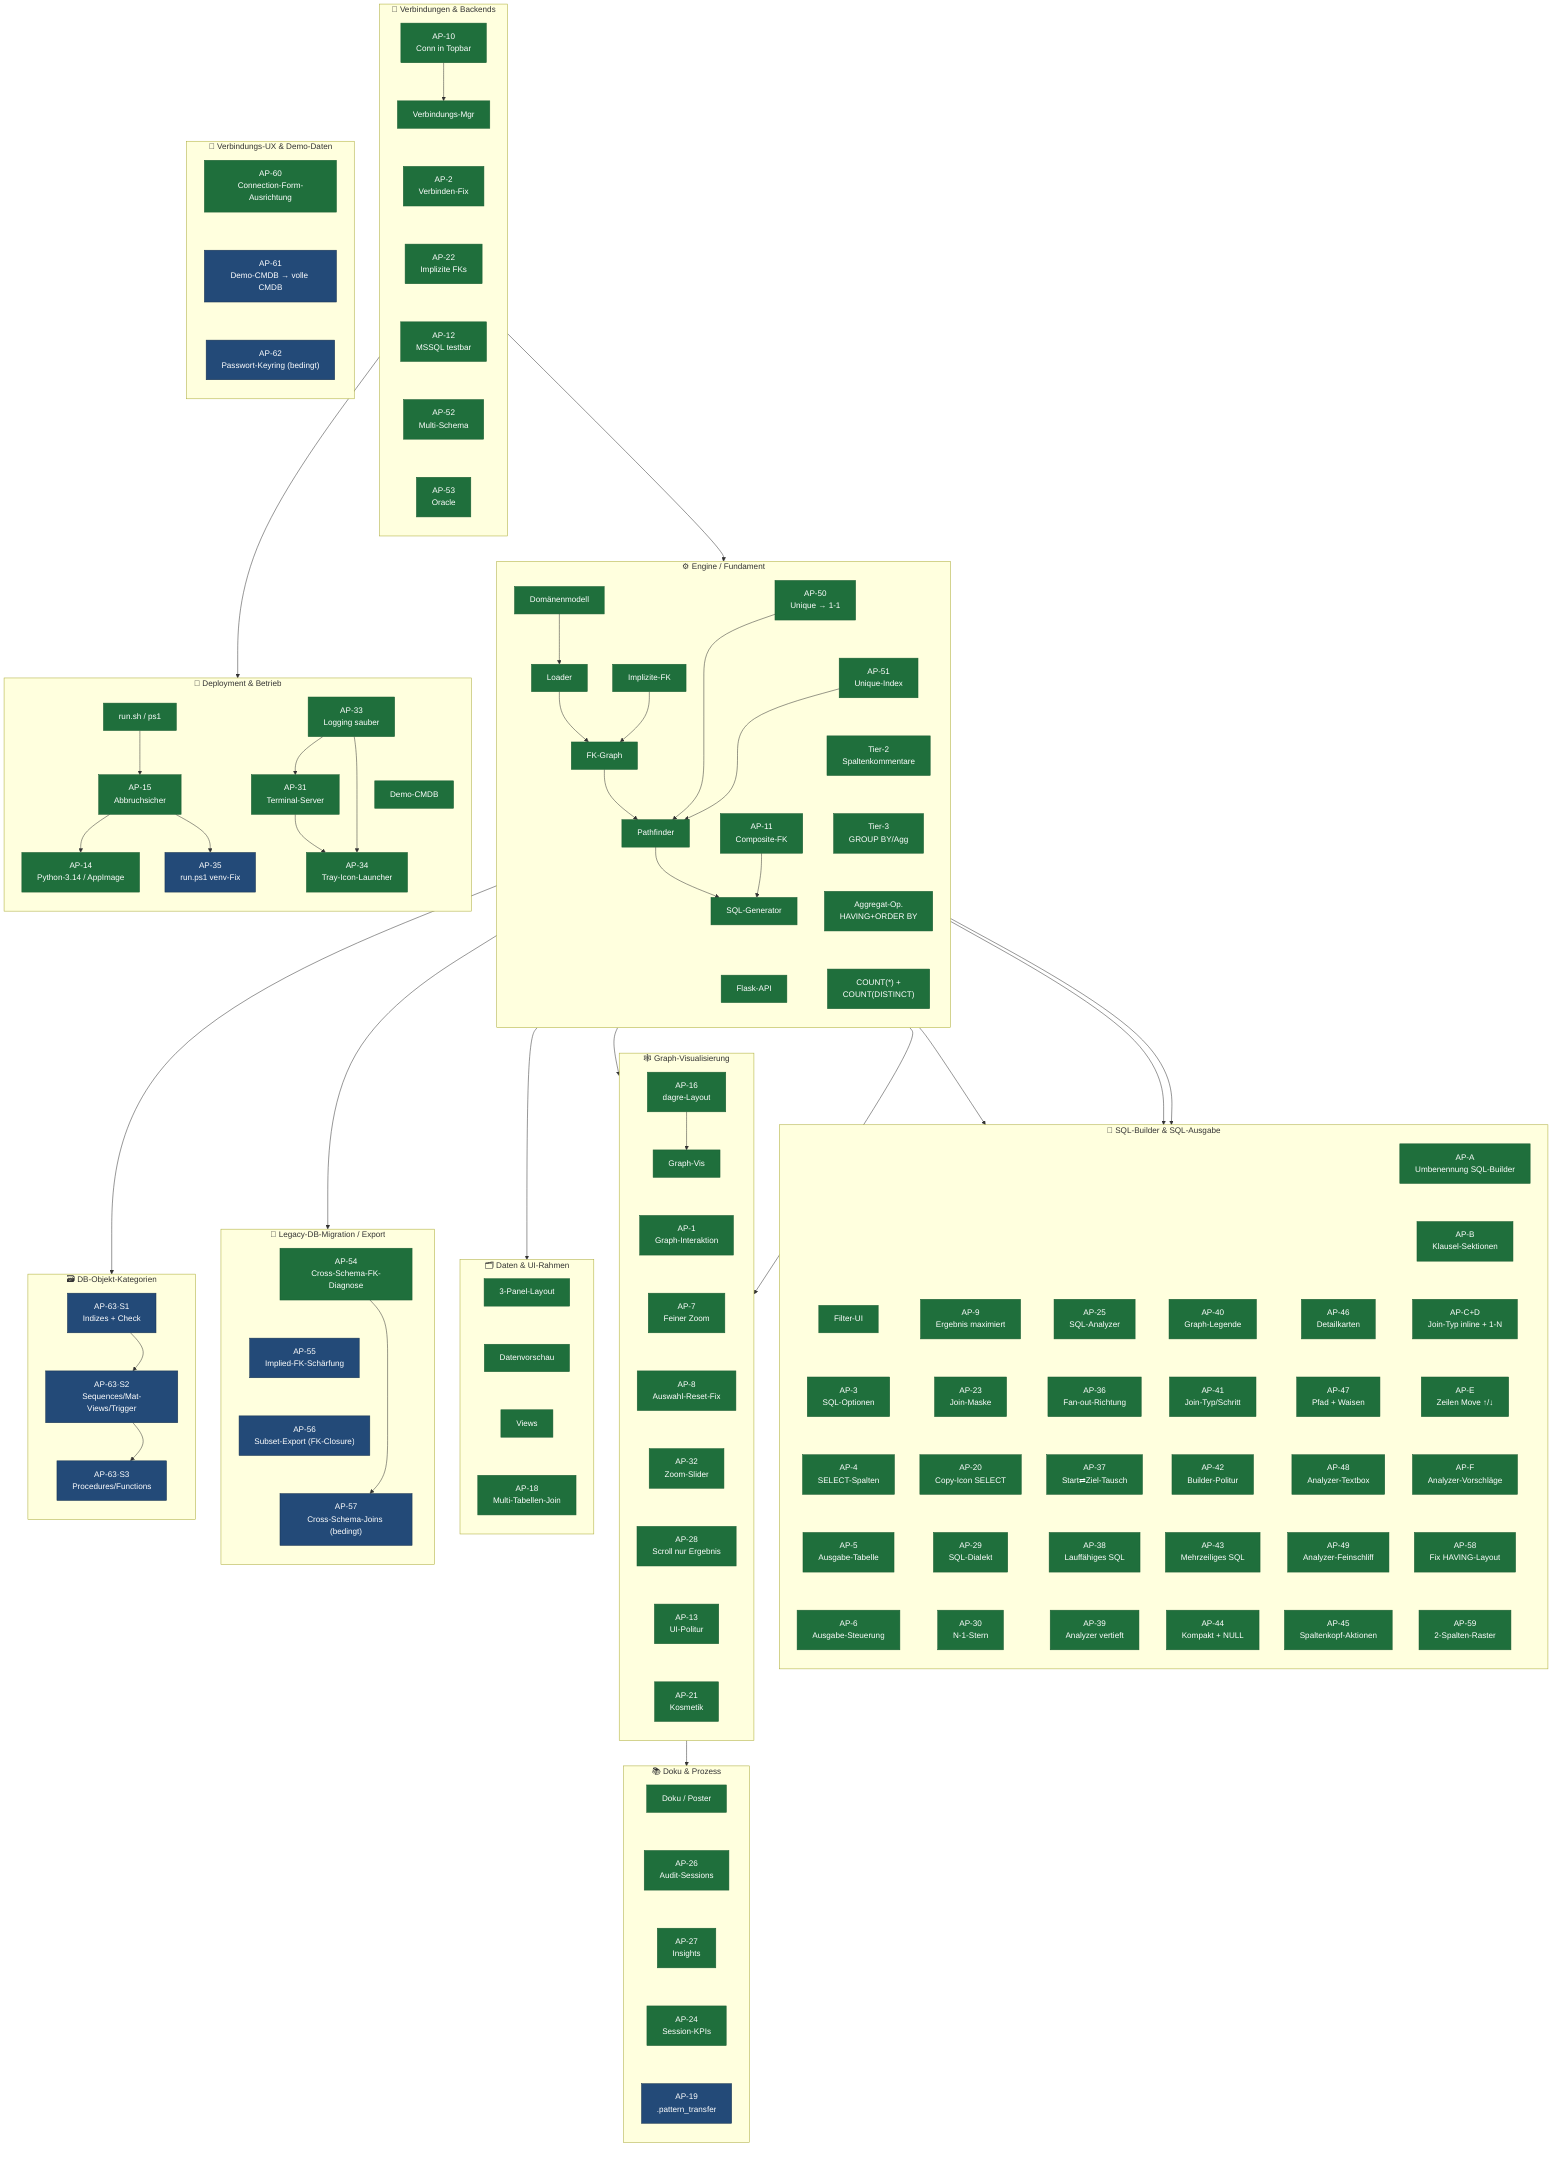
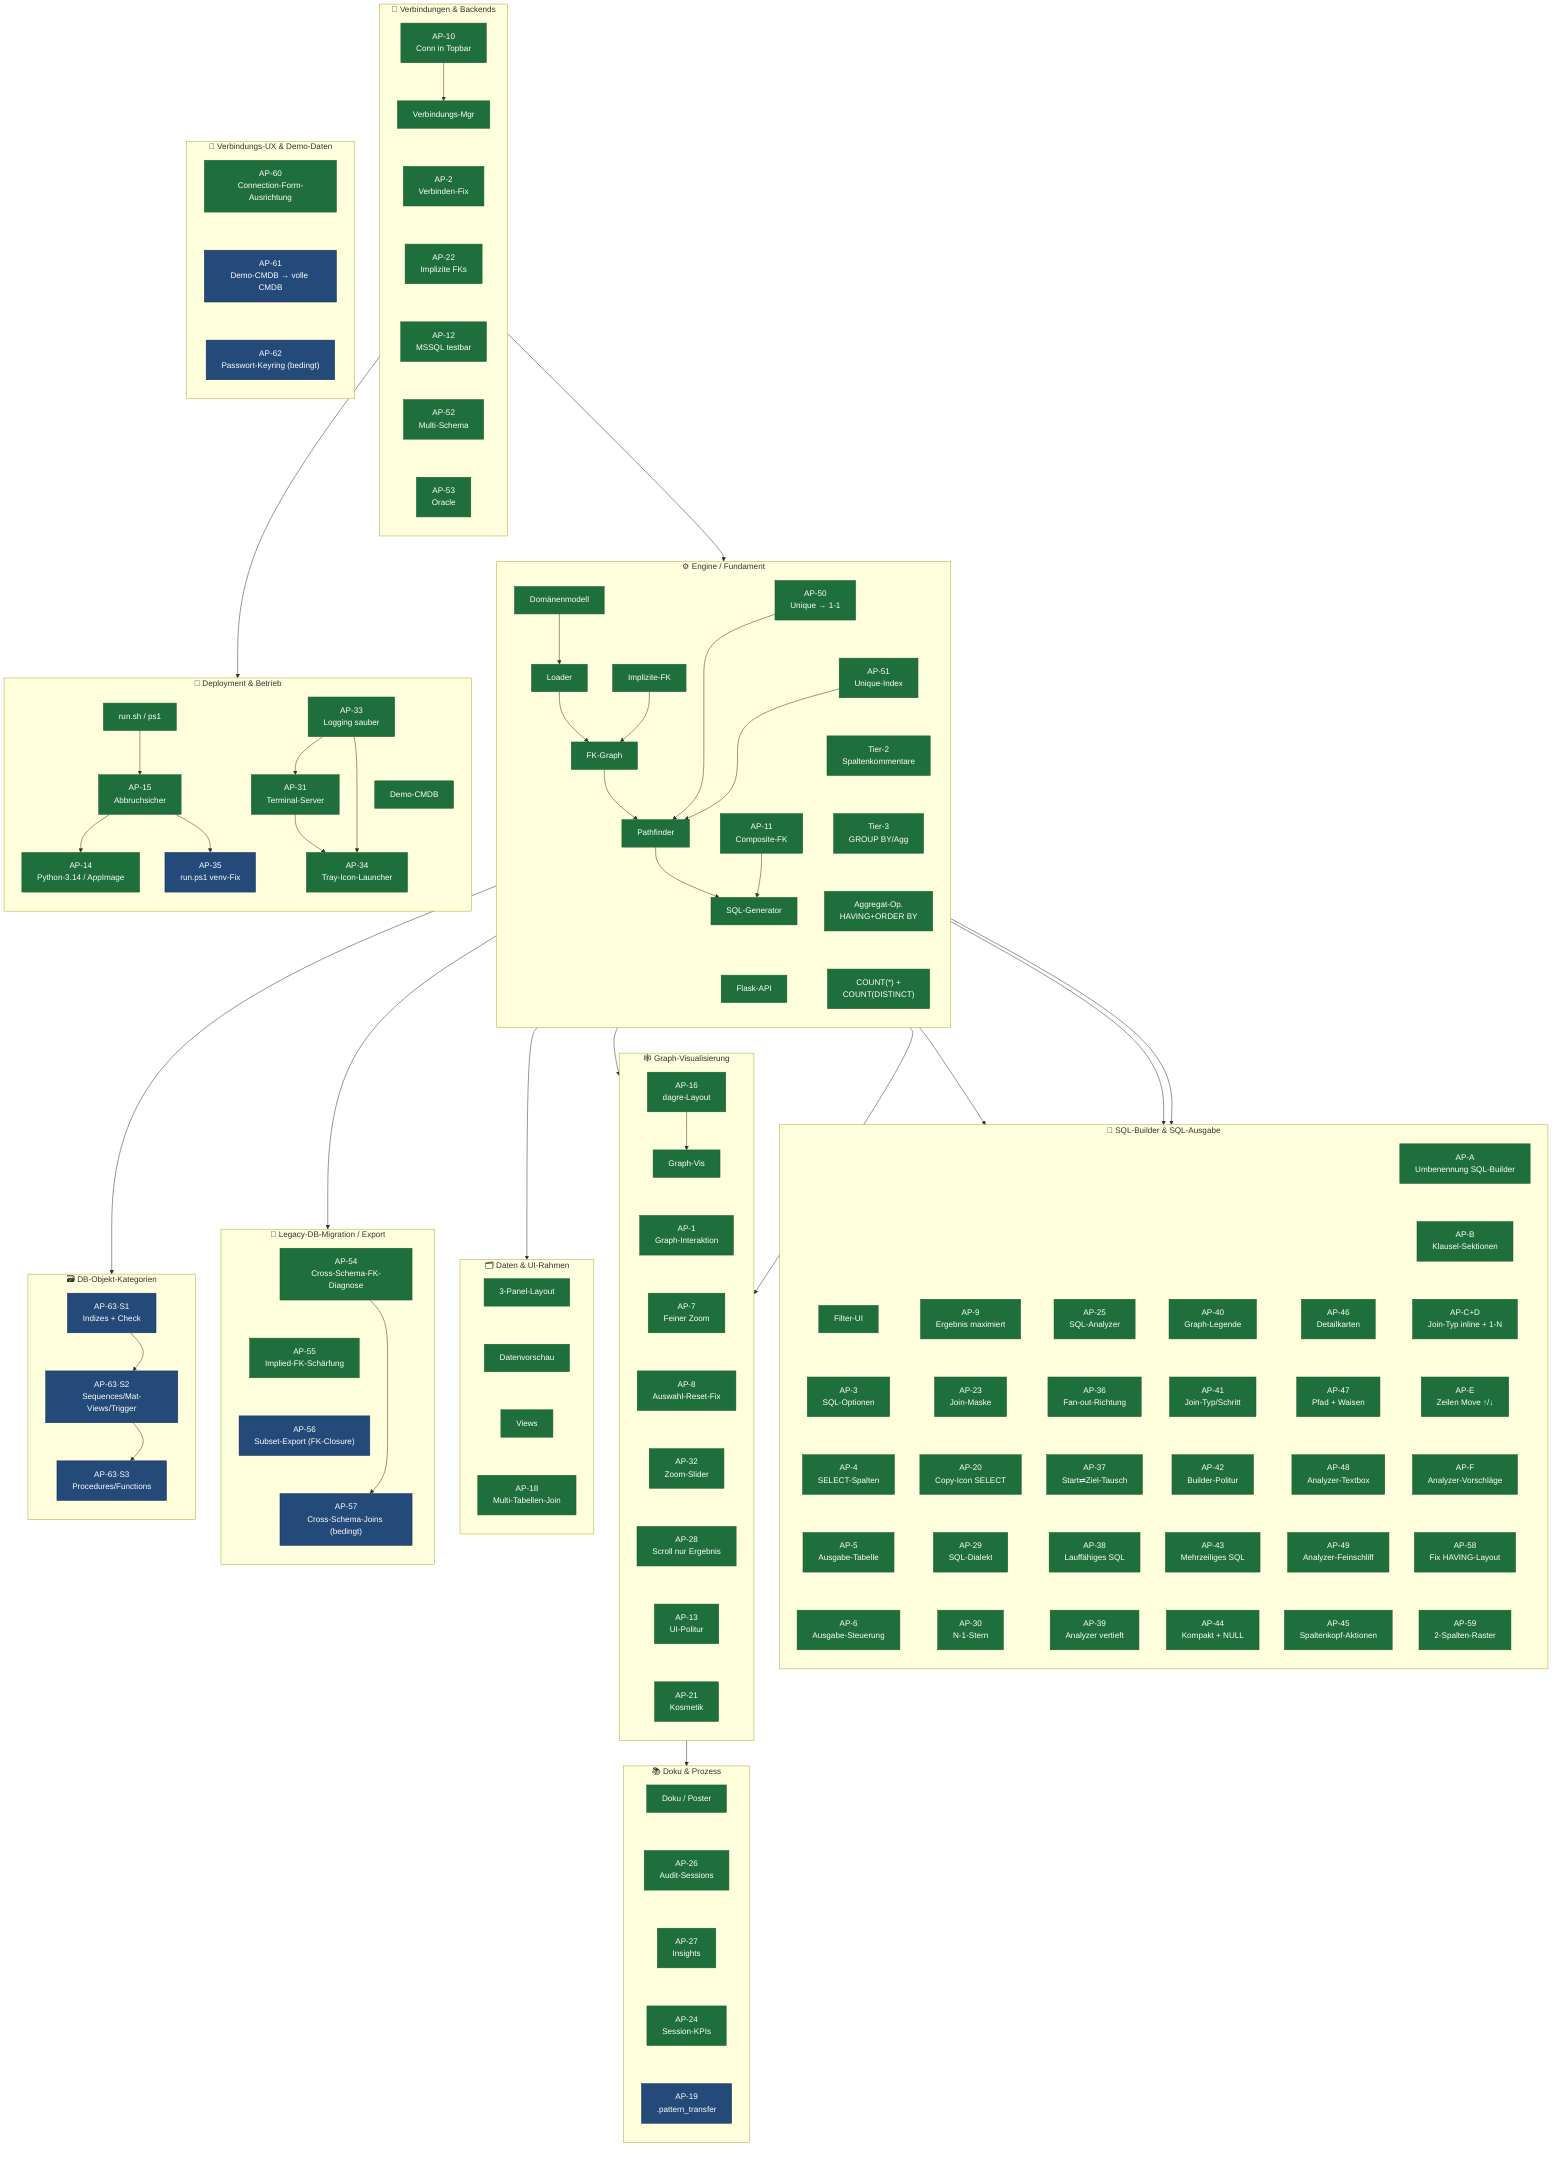
flowchart TB
    classDef done fill:#1f6f3c,color:#fff,stroke:#1a5c32,stroke-width:1px
    classDef plan fill:#234a78,color:#fff,stroke:#16314f,stroke-width:1px

    %% ── C1 · Engine / Fundament ──────────────────────────────────────────
    subgraph C1["⚙️  Engine / Fundament"]
        direction TB
        E1["Domänenmodell"]
        E2["Loader"]
        E3["FK-Graph"]
        E4["Pathfinder"]
        E5["SQL-Generator"]
        E6["Flask-API"]
        E7["AP-11\nComposite-FK"]
        E8["Implizite-FK"]
        E9["AP-50\nUnique → 1-1"]
        E10["AP-51\nUnique-Index"]
        E11["Tier-2\nSpaltenkommentare"]
        E12["Tier-3\nGROUP BY/Agg"]
        E13["Aggregat-Op.\nHAVING+ORDER BY"]
        E14["COUNT(*) +\nCOUNT(DISTINCT)"]
        E1 --> E2 --> E3 --> E4 --> E5
        E7 --> E5
        E8 --> E3
        E9 --> E4
        E10 --> E4
        E5 ~~~ E6
        E9 ~~~ E10
        E10 ~~~ E11
        E11 ~~~ E12
        E12 ~~~ E13
        E13 ~~~ E14
    end

    %% ── C2 · Verbindungen & Backends ─────────────────────────────────────
    subgraph C2["🔌  Verbindungen & Backends"]
        direction TB
        V1["Verbindungs-Mgr"]
        V2["AP-2\nVerbinden-Fix"]
        V3["AP-10\nConn in Topbar"]
        V4["AP-12\nMSSQL testbar"]
        V5["AP-22\nImplizite FKs"]
        V6["AP-52\nMulti-Schema"]
        V7["AP-53\nOracle"]
        V3 --> V1
        V1 ~~~ V2 ~~~ V5 ~~~ V4 ~~~ V6 ~~~ V7
    end

    %% ── C3 · SQL-Builder & SQL-Ausgabe ──────────────────────────────────
    subgraph C3["🧩  SQL-Builder & SQL-Ausgabe"]
        direction TB
        J1["Filter-UI"]
        J2["AP-3\nSQL-Optionen"]
        J3["AP-4\nSELECT-Spalten"]
        J4["AP-5\nAusgabe-Tabelle"]
        J5["AP-6\nAusgabe-Steuerung"]
        J6["AP-9\nErgebnis maximiert"]
        J7["AP-23\nJoin-Maske"]
        J8["AP-20\nCopy-Icon SELECT"]
        J9["AP-29\nSQL-Dialekt"]
        J10["AP-30\nN-1-Stern"]
        J11["AP-25\nSQL-Analyzer"]
        J12["AP-36\nFan-out-Richtung"]
        J13["AP-37\nStart⇄Ziel-Tausch"]
        J14["AP-38\nLauffähiges SQL"]
        J15["AP-39\nAnalyzer vertieft"]
        J16["AP-40\nGraph-Legende"]
        J17["AP-41\nJoin-Typ/Schritt"]
        J18["AP-42\nBuilder-Politur"]
        J19["AP-43\nMehrzeiliges SQL"]
        J20["AP-44\nKompakt + NULL"]
        J21["AP-46\nDetailkarten"]
        J22["AP-47\nPfad + Waisen"]
        J23["AP-48\nAnalyzer-Textbox"]
        J24["AP-49\nAnalyzer-Feinschliff"]
        J25["AP-45\nSpaltenkopf-Aktionen"]
        J26["AP-A\nUmbenennung SQL-Builder"]
        J27["AP-B\nKlausel-Sektionen"]
        J28["AP-C+D\nJoin-Typ inline + 1-N"]
        J29["AP-E\nZeilen Move ↑/↓"]
        J30["AP-F\nAnalyzer-Vorschläge"]
        J31["AP-58\nFix HAVING-Layout"]
        J32["AP-59\n2-Spalten-Raster"]
        %% In 5 parallele Spalten gepackt (statt einer 25-Boxen-Säule) → kompaktes Gitter
        J1 ~~~ J2 ~~~ J3 ~~~ J4 ~~~ J5
        J6 ~~~ J7 ~~~ J8 ~~~ J9 ~~~ J10
        J11 ~~~ J12 ~~~ J13 ~~~ J14 ~~~ J15
        J16 ~~~ J17 ~~~ J18 ~~~ J19 ~~~ J20
        J21 ~~~ J22 ~~~ J23 ~~~ J24 ~~~ J25
        J26 ~~~ J27 ~~~ J28 ~~~ J29 ~~~ J30 ~~~ J31 ~~~ J32
    end

    %% ── C4 · Graph-Visualisierung ────────────────────────────────────────
    subgraph C4["🕸️  Graph-Visualisierung"]
        direction TB
        G1["Graph-Vis"]
        G2["AP-1\nGraph-Interaktion"]
        G3["AP-7\nFeiner Zoom"]
        G4["AP-8\nAuswahl-Reset-Fix"]
        G5["AP-16\ndagre-Layout"]
        G6["AP-32\nZoom-Slider"]
        G7["AP-28\nScroll nur Ergebnis"]
        G8["AP-13\nUI-Politur"]
        G9["AP-21\nKosmetik"]
        G5 --> G1
        G1 ~~~ G2 ~~~ G3 ~~~ G4 ~~~ G6 ~~~ G7 ~~~ G8 ~~~ G9
    end

    %% ── C5 · Daten & UI-Rahmen ───────────────────────────────────────────
    subgraph C5["🗂️  Daten & UI-Rahmen"]
        direction TB
        D1["3-Panel-Layout"]
        D2["Datenvorschau"]
        D3["Views"]
        D4["AP-18\nMulti-Tabellen-Join"]
        D1 ~~~ D2 ~~~ D3 ~~~ D4
    end

    %% ── C6 · Deployment & Betrieb ────────────────────────────────────────
    subgraph C6["🚀  Deployment & Betrieb"]
        direction TB
        B1["Demo-CMDB"]
        B2["run.sh / ps1"]
        B3["AP-15\nAbbruchsicher"]
        B4["AP-14\nPython-3.14 / AppImage"]
        B5["AP-35\nrun.ps1 venv-Fix"]
        B7["AP-31\nTerminal-Server"]
        B8["AP-33\nLogging sauber"]
        B9["AP-34\nTray-Icon-Launcher"]
        B2 --> B3
        B3 --> B4
        B3 --> B5
        B8 --> B7
        B7 --> B9
        B8 --> B9
        B1 ~~~ B9
    end

    %% ── C7 · Doku & Prozess ──────────────────────────────────────────────
    subgraph C7["📚  Doku & Prozess"]
        direction TB
        K1["Doku / Poster"]
        K2["AP-26\nAudit-Sessions"]
        K3["AP-27\nInsights"]
        K5["AP-24\nSession-KPIs"]
        K4["AP-19\n.pattern_transfer"]
        K1 ~~~ K2 ~~~ K3 ~~~ K5 ~~~ K4
    end

    %% ── C8 · Legacy-DB-Migration / Export (geplant) ──────────────────────
    subgraph C8["🧬  Legacy-DB-Migration / Export"]
        direction TB
        M1["AP-54\nCross-Schema-FK-Diagnose"]
        M2["AP-55\nImplied-FK-Schärfung"]
        M3["AP-56\nSubset-Export (FK-Closure)"]
        M4["AP-57\nCross-Schema-Joins (bedingt)"]
        M1 ~~~ M2 ~~~ M3 ~~~ M4
    end

    %% ── C9 · DB-Objekt-Kategorien (geplant) ──────────────────────────────
    subgraph C9["🗃️  DB-Objekt-Kategorien"]
        direction TB
        O1["AP-63·S1\nIndizes + Check"]
        O2["AP-63·S2\nSequences/Mat-Views/Trigger"]
        O3["AP-63·S3\nProcedures/Functions"]
        O1 ~~~ O2 ~~~ O3
    end

    %% ── C10 · Verbindungs-UX & Demo-Daten (geplant) ──────────────────────
    subgraph C10["🔧  Verbindungs-UX & Demo-Daten"]
        direction TB
        P1["AP-60\nConnection-Form-Ausrichtung"]
        P2["AP-61\nDemo-CMDB → volle CMDB"]
        P3["AP-62\nPasswort-Keyring (bedingt)"]
        P1 ~~~ P2 ~~~ P3
    end

    %% ── Cluster-übergreifende Abhängigkeiten ─────────────────────────────
    V1 --> E2
    M1 --> M4
    E2 --> M1
    E2 --> O1
    O1 --> O2 --> O3
    E5 --> J1
    E5 --> J9
    E5 --> J11
    E4 --> G2
    E3 --> G1
    E6 --> D1
    V4 --> B7
    G5 --> K2

    class E1,E2,E3,E4,E5,E6,E7,E8,E9,E10,E11,E12,E13,E14 done
    class V1,V2,V3,V4,V5,V6,V7 done
    class J1,J2,J3,J4,J5,J6,J7,J8,J9,J10,J11,J12,J13,J14,J15,J16,J17,J18,J19,J20,J21,J22,J23,J24,J25,J26,J27,J28,J29,J30,J31,J32 done
    class G1,G2,G3,G4,G5,G6,G7,G8,G9 done
    class D1,D2,D3,D4 done
    class B1,B2,B3,B4,B7,B8,B9 done
    class B5 plan
    class K1,K2,K3,K5 done
    class K4 plan
-     class M2,M3,M4 plan
+     class M3,M4 plan
+     class M2 done
    class M1 done
    class O1,O2,O3 plan
    class P2,P3 plan
    class P1 done
